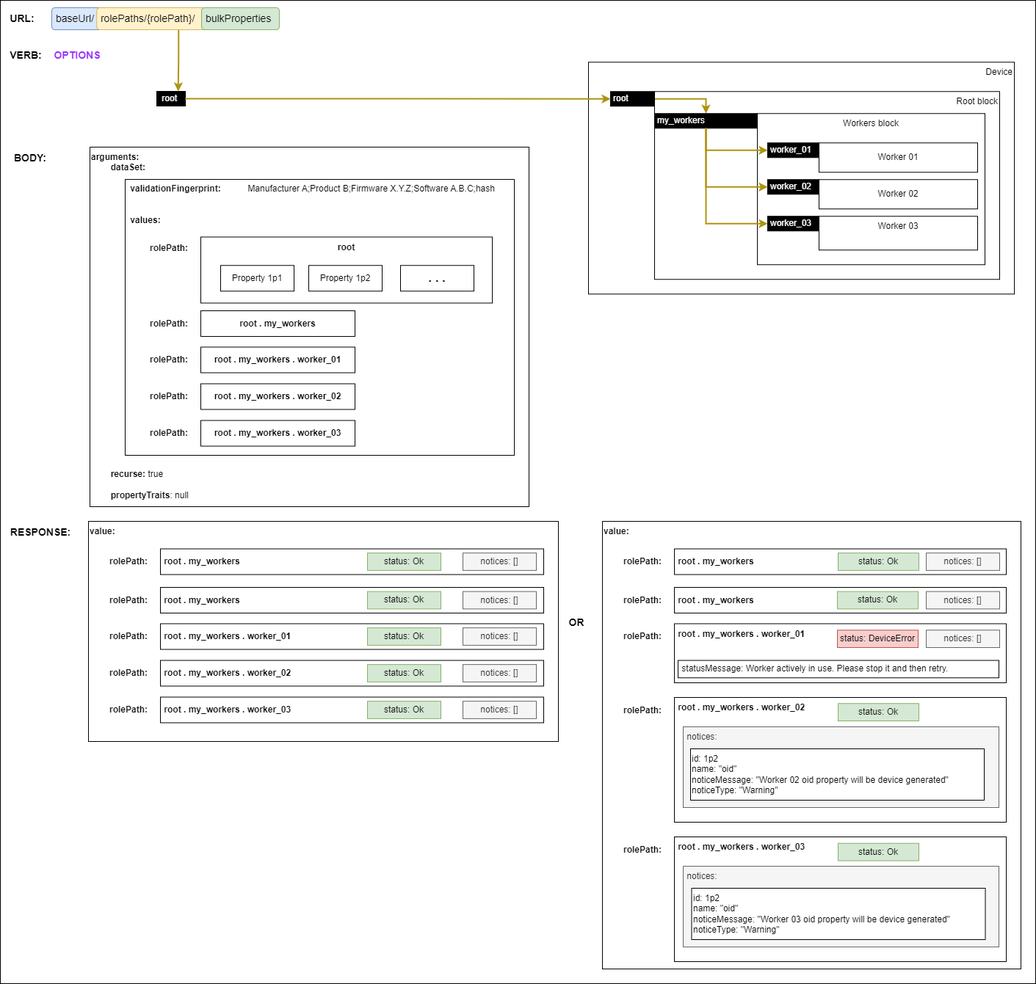
This is docs/images/validating-full-backup.png from AMWA-TV/is-device-configuration, a draw.io export, as it was before one commit. Source tidied: cells renumbered, new cells last; positions are measured from the earlier drawing's top-left corner, leaving out a move shared by most shapes.
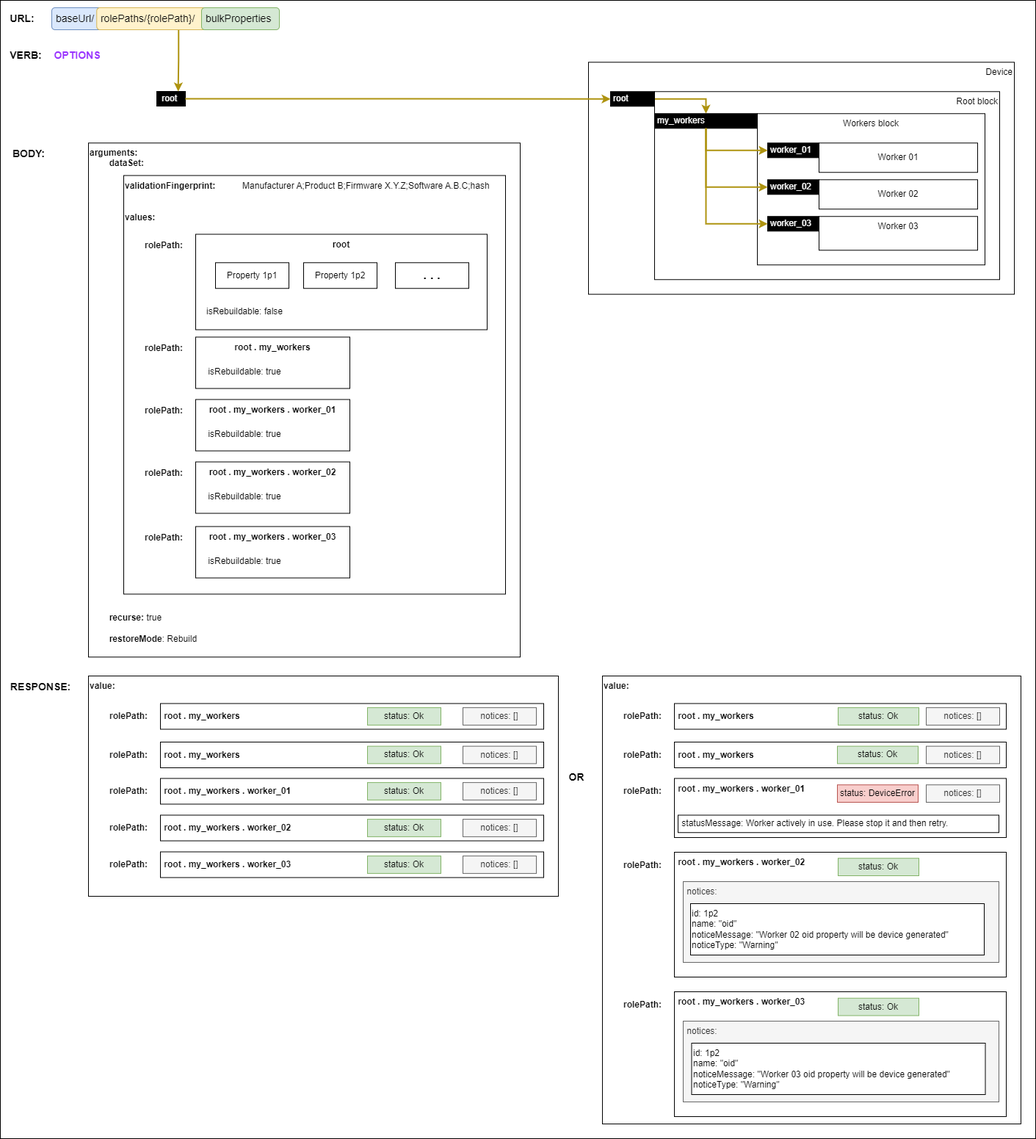
After the change.

Change to the diagram source:
```diff
@@ -5,27 +5,24 @@
     <mxCell id="2" style="rounded=0;whiteSpace=wrap;html=1;" parent="1" vertex="1">
-      <mxGeometry width="1410" height="1340" as="geometry" />
+      <mxGeometry y="-210" width="1410" height="1550" as="geometry" />
     </mxCell>
-    <mxCell id="3" value="&lt;div&gt;&lt;b&gt;arguments:&lt;/b&gt;&lt;/div&gt;&lt;div&gt;&lt;b&gt;&lt;span style=&quot;white-space: pre;&quot;&gt;&#9;&lt;/span&gt;dataSet:&lt;br&gt;&lt;/b&gt;&lt;/div&gt;&lt;div&gt;&lt;br&gt;&lt;/div&gt;&lt;div&gt;&lt;b&gt;&lt;span style=&quot;white-space: pre;&quot;&gt;&lt;span style=&quot;white-space: pre;&quot;&gt;&#9;&lt;/span&gt;&#9;&lt;/span&gt;validationFingerprint:&lt;/b&gt; &lt;span style=&quot;white-space: pre;&quot;&gt;&#9;&lt;/span&gt;&lt;span style=&quot;white-space: pre;&quot;&gt;&#9;&lt;/span&gt;Manufacturer A;Product B;Firmware X.Y.Z;Software A.B.C;hash&lt;br&gt;&lt;/div&gt;&lt;div&gt;&lt;br&gt;&lt;/div&gt;&lt;div&gt;&lt;br&gt;&lt;/div&gt;&lt;b&gt;&lt;span style=&quot;white-space: pre;&quot;&gt;&#9;&lt;span style=&quot;white-space: pre;&quot;&gt;&#9;&lt;/span&gt;&lt;/span&gt;values:&lt;/b&gt;&lt;div&gt;&lt;b&gt;&lt;br&gt;&lt;/b&gt;&lt;/div&gt;&lt;div&gt;&lt;b&gt;&lt;br&gt;&lt;/b&gt;&lt;/div&gt;&lt;div&gt;&lt;b&gt;&lt;br&gt;&lt;/b&gt;&lt;/div&gt;&lt;div&gt;&lt;b&gt;&lt;br&gt;&lt;/b&gt;&lt;/div&gt;&lt;div&gt;&lt;b&gt;&lt;br&gt;&lt;/b&gt;&lt;/div&gt;&lt;div&gt;&lt;b&gt;&lt;br&gt;&lt;/b&gt;&lt;/div&gt;&lt;div&gt;&lt;b&gt;&lt;br&gt;&lt;/b&gt;&lt;/div&gt;&lt;div&gt;&lt;b&gt;&lt;br&gt;&lt;/b&gt;&lt;/div&gt;&lt;div&gt;&lt;b&gt;&lt;br&gt;&lt;/b&gt;&lt;/div&gt;&lt;div&gt;&lt;b&gt;&lt;br&gt;&lt;/b&gt;&lt;/div&gt;&lt;div&gt;&lt;b&gt;&lt;br&gt;&lt;/b&gt;&lt;/div&gt;&lt;div&gt;&lt;b&gt;&lt;br&gt;&lt;/b&gt;&lt;/div&gt;&lt;div&gt;&lt;b&gt;&lt;br&gt;&lt;/b&gt;&lt;/div&gt;&lt;div&gt;&lt;b&gt;&lt;br&gt;&lt;/b&gt;&lt;/div&gt;&lt;div&gt;&lt;b&gt;&lt;br&gt;&lt;/b&gt;&lt;/div&gt;&lt;div&gt;&lt;b&gt;&lt;br&gt;&lt;/b&gt;&lt;/div&gt;&lt;div&gt;&lt;b&gt;&lt;br&gt;&lt;/b&gt;&lt;/div&gt;&lt;div&gt;&lt;b&gt;&lt;br&gt;&lt;/b&gt;&lt;/div&gt;&lt;div&gt;&lt;b&gt;&lt;br&gt;&lt;/b&gt;&lt;/div&gt;&lt;div&gt;&lt;b&gt;&lt;br&gt;&lt;/b&gt;&lt;/div&gt;&lt;div&gt;&lt;b&gt;&lt;br&gt;&lt;/b&gt;&lt;/div&gt;&lt;div&gt;&lt;b&gt;&lt;br&gt;&lt;/b&gt;&lt;/div&gt;&lt;div&gt;&lt;b&gt;&lt;br&gt;&lt;/b&gt;&lt;/div&gt;&lt;div&gt;&lt;b&gt;&lt;span style=&quot;white-space: pre;&quot;&gt;&#9;&lt;/span&gt;recurse:&lt;/b&gt; true&lt;br&gt;&lt;/div&gt;&lt;div&gt;&lt;br&gt;&lt;/div&gt;&lt;div&gt;&lt;span style=&quot;white-space: pre;&quot;&gt;&#9;&lt;/span&gt;&lt;b&gt;propertyTraits&lt;/b&gt;: null&lt;br&gt;&lt;/div&gt;" style="rounded=0;whiteSpace=wrap;html=1;align=left;verticalAlign=top;" parent="1" vertex="1">
-      <mxGeometry x="122" y="200" width="598" height="490" as="geometry" />
+    <mxCell id="3" value="&lt;div&gt;&lt;b&gt;arguments:&lt;/b&gt;&lt;/div&gt;&lt;div&gt;&lt;b&gt;&lt;span style=&quot;white-space: pre;&quot;&gt;&#9;&lt;/span&gt;dataSet:&lt;br&gt;&lt;/b&gt;&lt;/div&gt;&lt;div&gt;&lt;br&gt;&lt;/div&gt;&lt;div&gt;&lt;br&gt;&lt;/div&gt;&lt;div&gt;&lt;br&gt;&lt;/div&gt;&lt;div&gt;&lt;br&gt;&lt;/div&gt;&lt;div&gt;&lt;br&gt;&lt;/div&gt;&lt;div&gt;&lt;b&gt;&lt;br&gt;&lt;/b&gt;&lt;/div&gt;&lt;div&gt;&lt;b&gt;&lt;br&gt;&lt;/b&gt;&lt;/div&gt;&lt;div&gt;&lt;b&gt;&lt;br&gt;&lt;/b&gt;&lt;/div&gt;&lt;div&gt;&lt;b&gt;&lt;br&gt;&lt;/b&gt;&lt;/div&gt;&lt;div&gt;&lt;b&gt;&lt;br&gt;&lt;/b&gt;&lt;/div&gt;&lt;div&gt;&lt;b&gt;&lt;br&gt;&lt;/b&gt;&lt;/div&gt;&lt;div&gt;&lt;b&gt;&lt;br&gt;&lt;/b&gt;&lt;/div&gt;&lt;div&gt;&lt;b&gt;&lt;br&gt;&lt;/b&gt;&lt;/div&gt;&lt;div&gt;&lt;b&gt;&lt;br&gt;&lt;/b&gt;&lt;/div&gt;&lt;div&gt;&lt;b&gt;&lt;br&gt;&lt;/b&gt;&lt;/div&gt;&lt;div&gt;&lt;b&gt;&lt;br&gt;&lt;/b&gt;&lt;/div&gt;&lt;div&gt;&lt;b&gt;&lt;br&gt;&lt;/b&gt;&lt;/div&gt;&lt;div&gt;&lt;b&gt;&lt;br&gt;&lt;/b&gt;&lt;/div&gt;&lt;div&gt;&lt;b&gt;&lt;br&gt;&lt;/b&gt;&lt;/div&gt;&lt;div&gt;&lt;b&gt;&lt;br&gt;&lt;/b&gt;&lt;/div&gt;&lt;div&gt;&lt;b&gt;&lt;br&gt;&lt;/b&gt;&lt;/div&gt;&lt;div&gt;&lt;b&gt;&lt;br&gt;&lt;/b&gt;&lt;/div&gt;&lt;div&gt;&lt;b&gt;&lt;br&gt;&lt;/b&gt;&lt;/div&gt;&lt;div&gt;&lt;b&gt;&lt;br&gt;&lt;/b&gt;&lt;/div&gt;&lt;div&gt;&lt;b&gt;&lt;br&gt;&lt;/b&gt;&lt;/div&gt;&lt;div&gt;&lt;b&gt;&lt;br&gt;&lt;/b&gt;&lt;/div&gt;&lt;div&gt;&lt;b&gt;&lt;br&gt;&lt;/b&gt;&lt;/div&gt;&lt;div&gt;&lt;b&gt;&lt;br&gt;&lt;/b&gt;&lt;/div&gt;&lt;div&gt;&lt;b&gt;&lt;br&gt;&lt;/b&gt;&lt;/div&gt;&lt;div&gt;&lt;b&gt;&lt;br&gt;&lt;/b&gt;&lt;/div&gt;&lt;div&gt;&lt;b&gt;&lt;br&gt;&lt;/b&gt;&lt;/div&gt;&lt;div&gt;&lt;b&gt;&lt;br&gt;&lt;/b&gt;&lt;/div&gt;&lt;div&gt;&lt;b&gt;&lt;br&gt;&lt;/b&gt;&lt;/div&gt;&lt;div&gt;&lt;b&gt;&lt;br&gt;&lt;/b&gt;&lt;/div&gt;&lt;div&gt;&lt;b&gt;&lt;br&gt;&lt;/b&gt;&lt;/div&gt;&lt;div&gt;&lt;b&gt;&lt;br&gt;&lt;/b&gt;&lt;/div&gt;&lt;div&gt;&lt;b&gt;&lt;br&gt;&lt;/b&gt;&lt;/div&gt;&lt;div&gt;&lt;b&gt;&lt;br&gt;&lt;/b&gt;&lt;/div&gt;&lt;div&gt;&lt;b&gt;&lt;br&gt;&lt;/b&gt;&lt;/div&gt;&lt;div&gt;&lt;b&gt;&lt;br&gt;&lt;/b&gt;&lt;/div&gt;&lt;div&gt;&lt;b&gt;&lt;br&gt;&lt;/b&gt;&lt;/div&gt;&lt;div&gt;&lt;b&gt;&lt;br&gt;&lt;/b&gt;&lt;/div&gt;&lt;div&gt;&lt;b&gt;&lt;span style=&quot;white-space: pre;&quot;&gt;&#9;&lt;/span&gt;recurse:&lt;/b&gt; true&lt;br&gt;&lt;/div&gt;&lt;div&gt;&lt;br&gt;&lt;/div&gt;&lt;div&gt;&lt;span style=&quot;white-space: pre;&quot;&gt;&#9;&lt;/span&gt;&lt;b&gt;restoreMode&lt;/b&gt;: Rebuild&lt;br&gt;&lt;/div&gt;" style="rounded=0;whiteSpace=wrap;html=1;align=left;verticalAlign=top;" parent="1" vertex="1">
+      <mxGeometry x="120" y="-15.8" width="588" height="700" as="geometry" />
     </mxCell>
-    <mxCell id="4" style="rounded=0;whiteSpace=wrap;html=1;fillColor=none;" parent="1" vertex="1">
-      <mxGeometry x="170" y="244" width="530" height="376" as="geometry" />
-    </mxCell>
     <mxCell id="5" value="Device" style="rounded=0;whiteSpace=wrap;html=1;align=right;verticalAlign=top;" parent="1" vertex="1">
-      <mxGeometry x="801" y="84.2" width="580" height="316" as="geometry" />
+      <mxGeometry x="801" y="-125.8" width="580" height="316" as="geometry" />
     </mxCell>
     <mxCell id="6" value="&lt;div&gt;Root block&lt;br&gt;&lt;/div&gt;" style="rounded=0;whiteSpace=wrap;html=1;align=right;verticalAlign=top;" parent="1" vertex="1">
-      <mxGeometry x="891" y="124.2" width="470" height="256" as="geometry" />
+      <mxGeometry x="891" y="-85.8" width="470" height="256" as="geometry" />
     </mxCell>
     <mxCell id="7" value="Workers block" style="rounded=0;whiteSpace=wrap;html=1;verticalAlign=top;" parent="1" vertex="1">
-      <mxGeometry x="1031" y="154.2" width="310" height="206" as="geometry" />
+      <mxGeometry x="1031" y="-55.8" width="310" height="206" as="geometry" />
     </mxCell>
     <mxCell id="8" value="Worker 01" style="rounded=0;whiteSpace=wrap;html=1;" parent="1" vertex="1">
-      <mxGeometry x="1115" y="194.2" width="216" height="40" as="geometry" />
+      <mxGeometry x="1115" y="-15.8" width="216" height="40" as="geometry" />
     </mxCell>
     <mxCell id="9" value="Worker 02" style="rounded=0;whiteSpace=wrap;html=1;" parent="1" vertex="1">
-      <mxGeometry x="1115" y="244.2" width="216" height="40" as="geometry" />
+      <mxGeometry x="1115" y="34.2" width="216" height="40" as="geometry" />
     </mxCell>
     <mxCell id="10" value="Worker 03" style="rounded=0;whiteSpace=wrap;html=1;verticalAlign=top;" parent="1" vertex="1">
-      <mxGeometry x="1115" y="294.2" width="216" height="46" as="geometry" />
+      <mxGeometry x="1115" y="84.2" width="216" height="46" as="geometry" />
     </mxCell>
@@ -35,27 +32,27 @@
     <mxCell id="12" value="root" style="rounded=0;whiteSpace=wrap;html=1;align=left;fillColor=#000000;fontColor=#FFFFFF;spacingLeft=2;" parent="1" vertex="1">
-      <mxGeometry x="831" y="124.2" width="60" height="20" as="geometry" />
+      <mxGeometry x="831" y="-85.8" width="60" height="20" as="geometry" />
     </mxCell>
     <mxCell id="13" value="my_workers" style="rounded=0;whiteSpace=wrap;html=1;align=left;fillColor=#000000;fontColor=#FFFFFF;spacingLeft=2;" parent="1" vertex="1">
-      <mxGeometry x="891" y="154.2" width="140" height="20" as="geometry" />
+      <mxGeometry x="891" y="-55.8" width="140" height="20" as="geometry" />
     </mxCell>
     <mxCell id="14" value="worker_01" style="rounded=0;whiteSpace=wrap;html=1;align=left;fillColor=#000000;fontColor=#FFFFFF;spacingLeft=2;" parent="1" vertex="1">
-      <mxGeometry x="1045" y="194.2" width="70" height="20" as="geometry" />
+      <mxGeometry x="1045" y="-15.8" width="70" height="20" as="geometry" />
     </mxCell>
     <mxCell id="15" value="worker_02" style="rounded=0;whiteSpace=wrap;html=1;align=left;fillColor=#000000;fontColor=#FFFFFF;spacingLeft=2;" parent="1" vertex="1">
-      <mxGeometry x="1045" y="244.2" width="70" height="20" as="geometry" />
+      <mxGeometry x="1045" y="34.2" width="70" height="20" as="geometry" />
     </mxCell>
     <mxCell id="16" value="URL:" style="text;html=1;strokeColor=none;fillColor=none;align=center;verticalAlign=middle;whiteSpace=wrap;rounded=0;fontStyle=1;fontSize=14;" parent="1" vertex="1">
-      <mxGeometry x="10" y="10" width="40" height="30" as="geometry" />
+      <mxGeometry x="10" y="-200" width="40" height="30" as="geometry" />
     </mxCell>
     <mxCell id="17" value="VERB:" style="text;html=1;strokeColor=none;fillColor=none;align=center;verticalAlign=middle;whiteSpace=wrap;rounded=0;fontStyle=1;fontSize=14;" parent="1" vertex="1">
-      <mxGeometry x="10" y="60" width="50" height="30" as="geometry" />
+      <mxGeometry x="10" y="-150" width="50" height="30" as="geometry" />
     </mxCell>
     <mxCell id="18" value="OPTIONS" style="text;html=1;strokeColor=none;fillColor=none;align=center;verticalAlign=middle;whiteSpace=wrap;rounded=0;fontStyle=1;fontSize=14;fontColor=#9933FF;" parent="1" vertex="1">
-      <mxGeometry x="70" y="60" width="70" height="30" as="geometry" />
+      <mxGeometry x="70" y="-150" width="70" height="30" as="geometry" />
     </mxCell>
     <mxCell id="19" value="&amp;nbsp;root" style="rounded=0;whiteSpace=wrap;html=1;align=left;fillColor=#000000;fontColor=#FFFFFF;spacingLeft=2;" parent="1" vertex="1">
-      <mxGeometry x="213" y="124" width="39" height="20" as="geometry" />
+      <mxGeometry x="213" y="-86" width="39" height="20" as="geometry" />
     </mxCell>
     <mxCell id="20" value="worker_03" style="rounded=0;whiteSpace=wrap;html=1;align=left;fillColor=#000000;fontColor=#FFFFFF;spacingLeft=2;" parent="1" vertex="1">
-      <mxGeometry x="1045" y="294.2" width="70" height="20" as="geometry" />
+      <mxGeometry x="1045" y="84.2" width="70" height="20" as="geometry" />
     </mxCell>
@@ -65,6 +62,6 @@
     <mxCell id="22" value="&amp;nbsp;baseUrl/" style="rounded=1;whiteSpace=wrap;html=1;align=left;fontSize=14;fillColor=#dae8fc;strokeColor=#6c8ebf;" parent="1" vertex="1">
-      <mxGeometry x="70" y="10" width="90" height="30" as="geometry" />
+      <mxGeometry x="70" y="-200" width="90" height="30" as="geometry" />
     </mxCell>
     <mxCell id="23" value="&amp;nbsp;rolePaths/{rolePath}/" style="rounded=1;whiteSpace=wrap;html=1;align=left;fontSize=14;fillColor=#fff2cc;strokeColor=#d6b656;" parent="1" vertex="1">
-      <mxGeometry x="131.2" y="10" width="148.8" height="30" as="geometry" />
+      <mxGeometry x="131.2" y="-200" width="148.8" height="30" as="geometry" />
     </mxCell>
@@ -74,3 +71,3 @@
     <mxCell id="25" value="&amp;nbsp;bulkProperties" style="rounded=1;whiteSpace=wrap;html=1;align=left;fontSize=14;fillColor=#d5e8d4;strokeColor=#82b366;" parent="1" vertex="1">
-      <mxGeometry x="274" y="10" width="106" height="30" as="geometry" />
+      <mxGeometry x="274" y="-200" width="106" height="30" as="geometry" />
     </mxCell>
@@ -119,43 +116,4 @@
     <mxCell id="40" value="BODY:" style="text;html=1;strokeColor=none;fillColor=none;align=center;verticalAlign=middle;whiteSpace=wrap;rounded=0;fontStyle=1;fontSize=14;" parent="1" vertex="1">
-      <mxGeometry x="12" y="200" width="58" height="30" as="geometry" />
+      <mxGeometry x="10" y="-15.8" width="58" height="30" as="geometry" />
     </mxCell>
-    <mxCell id="41" value="root" style="rounded=0;whiteSpace=wrap;html=1;verticalAlign=top;fontStyle=1;" parent="1" vertex="1">
-      <mxGeometry x="273" y="322.5" width="397" height="90" as="geometry" />
-    </mxCell>
-    <mxCell id="42" value="&lt;b&gt;rolePath:&lt;/b&gt;" style="text;html=1;align=center;verticalAlign=middle;whiteSpace=wrap;rounded=0;" parent="1" vertex="1">
-      <mxGeometry x="200" y="322.5" width="60" height="30" as="geometry" />
-    </mxCell>
-    <mxCell id="43" value="Property 1p1" style="rounded=0;whiteSpace=wrap;html=1;" parent="1" vertex="1">
-      <mxGeometry x="300" y="361.2" width="100" height="35" as="geometry" />
-    </mxCell>
-    <mxCell id="44" value="Property 1p2" style="rounded=0;whiteSpace=wrap;html=1;" parent="1" vertex="1">
-      <mxGeometry x="420" y="361.2" width="100" height="35" as="geometry" />
-    </mxCell>
-    <mxCell id="45" value=". . ." style="rounded=0;whiteSpace=wrap;html=1;fontStyle=1;fontSize=17;" parent="1" vertex="1">
-      <mxGeometry x="545" y="361.2" width="100" height="35" as="geometry" />
-    </mxCell>
-    <mxCell id="46" value="root . my_workers" style="rounded=0;whiteSpace=wrap;html=1;fontStyle=1;" parent="1" vertex="1">
-      <mxGeometry x="273" y="423" width="210" height="35" as="geometry" />
-    </mxCell>
-    <mxCell id="47" value="root . my_workers . worker_01" style="rounded=0;whiteSpace=wrap;html=1;fontStyle=1;" parent="1" vertex="1">
-      <mxGeometry x="273" y="472.5" width="210" height="35" as="geometry" />
-    </mxCell>
-    <mxCell id="48" value="root . my_workers . worker_02" style="rounded=0;whiteSpace=wrap;html=1;fontStyle=1;" parent="1" vertex="1">
-      <mxGeometry x="273" y="522.5" width="210" height="35" as="geometry" />
-    </mxCell>
-    <mxCell id="49" value="root . my_workers . worker_03" style="rounded=0;whiteSpace=wrap;html=1;fontStyle=1;" parent="1" vertex="1">
-      <mxGeometry x="273" y="572.5" width="210" height="35" as="geometry" />
-    </mxCell>
-    <mxCell id="50" value="&lt;b&gt;rolePath:&lt;/b&gt;" style="text;html=1;align=center;verticalAlign=middle;whiteSpace=wrap;rounded=0;" parent="1" vertex="1">
-      <mxGeometry x="200" y="425.5" width="60" height="30" as="geometry" />
-    </mxCell>
-    <mxCell id="51" value="&lt;b&gt;rolePath:&lt;/b&gt;" style="text;html=1;align=center;verticalAlign=middle;whiteSpace=wrap;rounded=0;" parent="1" vertex="1">
-      <mxGeometry x="200" y="475" width="60" height="30" as="geometry" />
-    </mxCell>
-    <mxCell id="52" value="&lt;b&gt;rolePath:&lt;/b&gt;" style="text;html=1;align=center;verticalAlign=middle;whiteSpace=wrap;rounded=0;" parent="1" vertex="1">
-      <mxGeometry x="200" y="525" width="60" height="30" as="geometry" />
-    </mxCell>
-    <mxCell id="53" value="&lt;b&gt;rolePath:&lt;/b&gt;" style="text;html=1;align=center;verticalAlign=middle;whiteSpace=wrap;rounded=0;" parent="1" vertex="1">
-      <mxGeometry x="200" y="575" width="60" height="30" as="geometry" />
-    </mxCell>
     <mxCell id="54" value="&amp;nbsp;root . my_workers" style="rounded=0;whiteSpace=wrap;html=1;align=left;fontStyle=1;" parent="1" vertex="1">
@@ -268,2 +226,59 @@
     </mxCell>
+    <mxCell id="90" value="&lt;div&gt;&lt;b&gt;validationFingerprint:&lt;/b&gt; &lt;span style=&quot;white-space: pre;&quot;&gt;&#9;&lt;/span&gt;&lt;span style=&quot;white-space: pre;&quot;&gt;&#9;&lt;/span&gt;Manufacturer A;Product B;Firmware X.Y.Z;Software A.B.C;hash&lt;br&gt;&lt;/div&gt;&lt;div&gt;&lt;br&gt;&lt;/div&gt;&lt;div&gt;&lt;br&gt;&lt;/div&gt;&lt;b&gt;values:&lt;/b&gt;" style="rounded=0;whiteSpace=wrap;html=1;align=left;verticalAlign=top;" parent="1" vertex="1">
+      <mxGeometry x="168" y="28.5" width="520" height="570" as="geometry" />
+    </mxCell>
+    <mxCell id="41" value="root" style="rounded=0;whiteSpace=wrap;html=1;verticalAlign=top;fontStyle=1;" parent="1" vertex="1">
+      <mxGeometry x="266" y="108.5" width="397" height="130" as="geometry" />
+    </mxCell>
+    <mxCell id="91" value="&lt;b&gt;rolePath:&lt;/b&gt;" style="text;html=1;align=center;verticalAlign=middle;whiteSpace=wrap;rounded=0;" parent="1" vertex="1">
+      <mxGeometry x="193" y="108.5" width="60" height="30" as="geometry" />
+    </mxCell>
+    <mxCell id="43" value="Property 1p1" style="rounded=0;whiteSpace=wrap;html=1;" parent="1" vertex="1">
+      <mxGeometry x="293" y="147.2" width="100" height="35" as="geometry" />
+    </mxCell>
+    <mxCell id="44" value="Property 1p2" style="rounded=0;whiteSpace=wrap;html=1;" parent="1" vertex="1">
+      <mxGeometry x="413" y="147.2" width="100" height="35" as="geometry" />
+    </mxCell>
+    <mxCell id="45" value=". . ." style="rounded=0;whiteSpace=wrap;html=1;fontStyle=1;fontSize=17;" parent="1" vertex="1">
+      <mxGeometry x="538" y="147.2" width="100" height="35" as="geometry" />
+    </mxCell>
+    <mxCell id="46" value="&lt;b&gt;root . my_workers&lt;/b&gt;" style="rounded=0;whiteSpace=wrap;html=1;verticalAlign=top;" parent="1" vertex="1">
+      <mxGeometry x="266" y="248.5" width="210" height="70" as="geometry" />
+    </mxCell>
+    <mxCell id="92" value="&lt;b&gt;rolePath:&lt;/b&gt;" style="text;html=1;align=center;verticalAlign=middle;whiteSpace=wrap;rounded=0;" parent="1" vertex="1">
+      <mxGeometry x="193" y="248.5" width="60" height="30" as="geometry" />
+    </mxCell>
+    <mxCell id="93" value="&lt;b&gt;rolePath:&lt;/b&gt;" style="text;html=1;align=center;verticalAlign=middle;whiteSpace=wrap;rounded=0;" parent="1" vertex="1">
+      <mxGeometry x="193" y="333.5" width="60" height="30" as="geometry" />
+    </mxCell>
+    <mxCell id="94" value="&lt;b&gt;rolePath:&lt;/b&gt;" style="text;html=1;align=center;verticalAlign=middle;whiteSpace=wrap;rounded=0;" parent="1" vertex="1">
+      <mxGeometry x="193" y="418.5" width="60" height="30" as="geometry" />
+    </mxCell>
+    <mxCell id="95" value="&lt;b&gt;rolePath:&lt;/b&gt;" style="text;html=1;align=center;verticalAlign=middle;whiteSpace=wrap;rounded=0;" parent="1" vertex="1">
+      <mxGeometry x="193" y="506.5" width="60" height="30" as="geometry" />
+    </mxCell>
+    <mxCell id="96" value="isRebuildable: false" style="text;html=1;align=center;verticalAlign=middle;whiteSpace=wrap;rounded=0;" parent="1" vertex="1">
+      <mxGeometry x="273" y="198.5" width="120" height="30" as="geometry" />
+    </mxCell>
+    <mxCell id="97" value="isRebuildable: true" style="text;html=1;align=center;verticalAlign=middle;whiteSpace=wrap;rounded=0;" parent="1" vertex="1">
+      <mxGeometry x="273" y="281" width="120" height="30" as="geometry" />
+    </mxCell>
+    <mxCell id="47" value="&lt;span style=&quot;font-weight: 700;&quot;&gt;root . my_workers . worker_01&lt;/span&gt;" style="rounded=0;whiteSpace=wrap;html=1;verticalAlign=top;" parent="1" vertex="1">
+      <mxGeometry x="266" y="333.5" width="210" height="70" as="geometry" />
+    </mxCell>
+    <mxCell id="98" value="isRebuildable: true" style="text;html=1;align=center;verticalAlign=middle;whiteSpace=wrap;rounded=0;" parent="1" vertex="1">
+      <mxGeometry x="273" y="366" width="120" height="30" as="geometry" />
+    </mxCell>
+    <mxCell id="48" value="&lt;span style=&quot;font-weight: 700;&quot;&gt;root . my_workers . worker_02&lt;/span&gt;" style="rounded=0;whiteSpace=wrap;html=1;verticalAlign=top;" parent="1" vertex="1">
+      <mxGeometry x="266" y="418.5" width="210" height="70" as="geometry" />
+    </mxCell>
+    <mxCell id="99" value="isRebuildable: true" style="text;html=1;align=center;verticalAlign=middle;whiteSpace=wrap;rounded=0;" parent="1" vertex="1">
+      <mxGeometry x="273" y="451" width="120" height="30" as="geometry" />
+    </mxCell>
+    <mxCell id="49" value="&lt;span style=&quot;font-weight: 700;&quot;&gt;root . my_workers . worker_03&lt;/span&gt;" style="rounded=0;whiteSpace=wrap;html=1;verticalAlign=top;" parent="1" vertex="1">
+      <mxGeometry x="266" y="506.5" width="210" height="70" as="geometry" />
+    </mxCell>
+    <mxCell id="100" value="isRebuildable: true" style="text;html=1;align=center;verticalAlign=middle;whiteSpace=wrap;rounded=0;" parent="1" vertex="1">
+      <mxGeometry x="273" y="539" width="120" height="30" as="geometry" />
+    </mxCell>
   </root>
```
